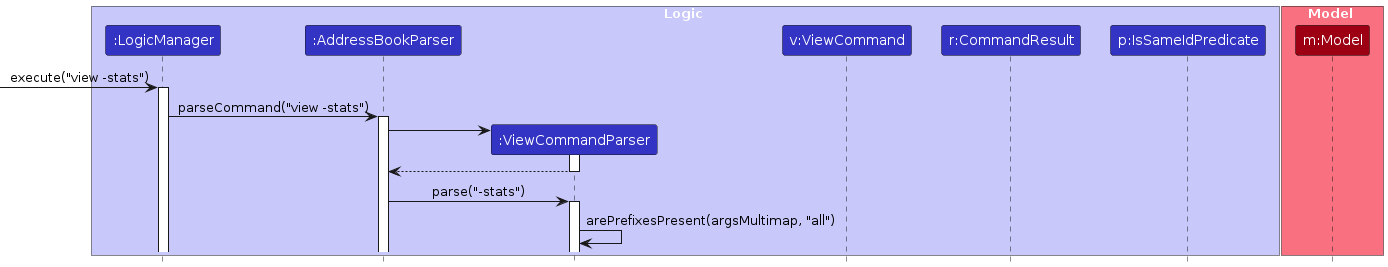
The PlantUML diagram diagrams/ViewParserSequenceDiagram0.png in MarcusGitty/tp, before a commit. Its source is kept beside it as diagrams/ViewParserSequenceDiagram0.puml. Its diagram source:
```plantuml
@startuml
!include style.puml
skinparam ArrowFontStyle plain

box Logic LOGIC_COLOR_T1
participant ":LogicManager" as LogicManager LOGIC_COLOR
participant ":AddressBookParser" as AddressBookParser LOGIC_COLOR
participant ":ViewCommandParser" as ViewCommandParser LOGIC_COLOR
participant "v:ViewCommand" as ViewCommand LOGIC_COLOR
participant "r:CommandResult" as CommandResult LOGIC_COLOR
participant "p:IsSameIdPredicate" as IsSameIdPredicate LOGIC_COLOR
end box

box Model MODEL_COLOR_T1
participant "m:Model" as Model MODEL_COLOR
end box

[-> LogicManager : execute("view -stats")
activate LogicManager

LogicManager -> AddressBookParser : parseCommand("view -stats")
activate AddressBookParser

create ViewCommandParser
AddressBookParser -> ViewCommandParser
activate ViewCommandParser

ViewCommandParser --> AddressBookParser
deactivate ViewCommandParser

AddressBookParser -> ViewCommandParser : parse("-stats")
activate ViewCommandParser

ViewCommandParser -> ViewCommandParser : arePrefixesPresent(argsMultimap, "all")

@enduml
```
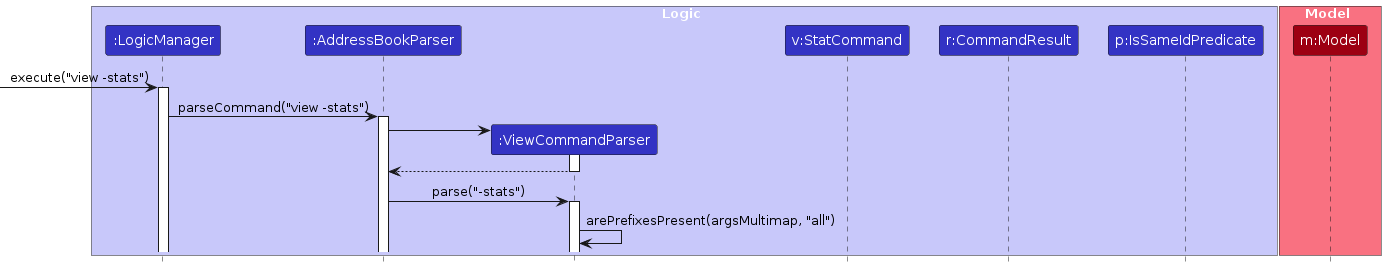
The same file after the commit.

Diff of the diagram source:
```diff
@@ -6,7 +6,7 @@
 participant ":LogicManager" as LogicManager LOGIC_COLOR
 participant ":AddressBookParser" as AddressBookParser LOGIC_COLOR
 participant ":ViewCommandParser" as ViewCommandParser LOGIC_COLOR
-participant "v:ViewCommand" as ViewCommand LOGIC_COLOR
+participant "v:StatCommand" as StatCommand LOGIC_COLOR
 participant "r:CommandResult" as CommandResult LOGIC_COLOR
 participant "p:IsSameIdPredicate" as IsSameIdPredicate LOGIC_COLOR
 end box
```
